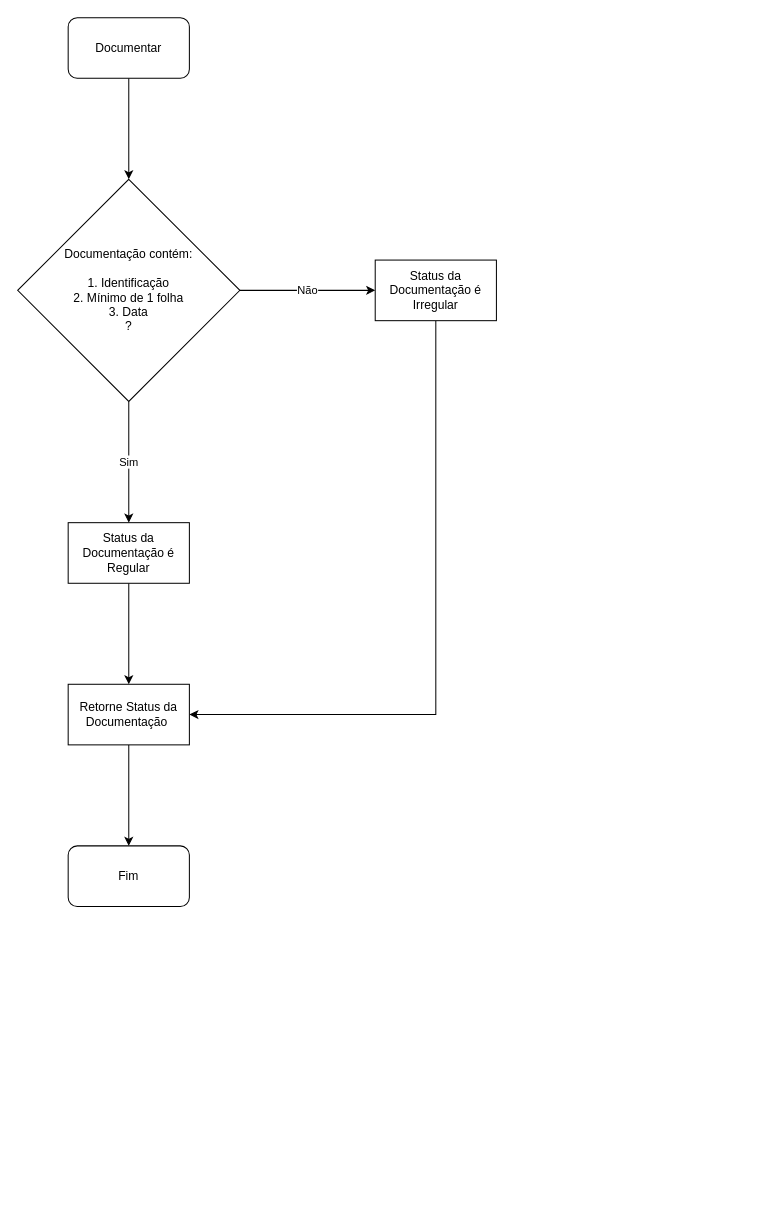
The draw.io diagram regras.de.negocio/Estagiario/EstagiarioDocumentar.drawio in andre-alck/erp, before the edit. Source tidied: cells renumbered, new cells numbered last; positions are measured from the earlier drawing's top-left corner, leaving out a move shared by most shapes. Both pictures are drawn from the tidied source at 101%, with x=0, y=0 at pixel (17, 17).
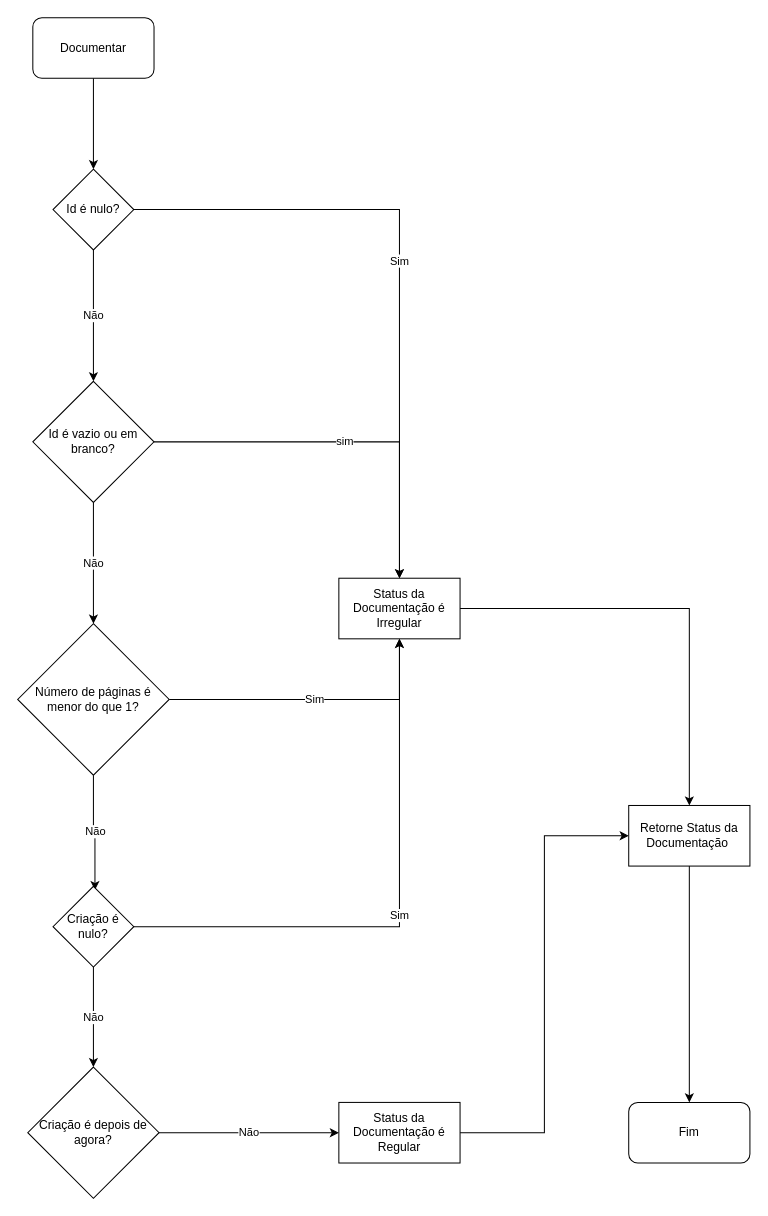
After the change.

What changed in the source:
```diff
@@
-    <mxCell id="2" style="edgeStyle=orthogonalEdgeStyle;rounded=0;jettySize=auto;html=1;" parent="1" edge="1" source="3" target="6">
-      <mxGeometry relative="1" as="geometry" />
-    </mxCell>
+    <mxCell id="14" style="edgeStyle=orthogonalEdgeStyle;rounded=0;jettySize=auto;html=1;" parent="1" edge="1" source="3" target="17">
+      <mxGeometry relative="1" as="geometry" />
+    </mxCell>
     <mxCell id="3" value="Documentar" style="rounded=1;whiteSpace=wrap;html=1;" parent="1" vertex="1">
-      <mxGeometry x="50" width="120" height="60" as="geometry" />
+      <mxGeometry x="15" width="120" height="60" as="geometry" />
     </mxCell>
-    <mxCell id="4" value="Sim" style="edgeStyle=orthogonalEdgeStyle;rounded=0;jettySize=auto;html=1;" parent="1" edge="1" source="6" target="10">
-      <mxGeometry relative="1" as="geometry" />
-    </mxCell>
-    <mxCell id="5" value="Não" style="edgeStyle=orthogonalEdgeStyle;rounded=0;jettySize=auto;html=1;" parent="1" edge="1" source="6" target="8">
-      <mxGeometry relative="1" as="geometry" />
-    </mxCell>
-    <mxCell id="6" value="Documentação contém:&lt;br&gt;&lt;br&gt;1. Identificação&lt;br&gt;2. Mínimo de 1 folha&lt;br&gt;3. Data&lt;br&gt;?" style="rhombus;whiteSpace=wrap;html=1;" parent="1" vertex="1">
-      <mxGeometry y="160" width="220" height="220" as="geometry" />
-    </mxCell>
-    <mxCell id="7" style="edgeStyle=orthogonalEdgeStyle;rounded=0;jettySize=auto;html=1;entryX=1;entryY=0.5;entryDx=0;entryDy=0;exitX=0.5;exitY=1;exitDx=0;exitDy=0;" parent="1" edge="1" source="8" target="12">
+    <mxCell id="7" style="edgeStyle=orthogonalEdgeStyle;rounded=0;jettySize=auto;html=1;entryX=0.5;entryY=0;entryDx=0;entryDy=0;" parent="1" edge="1" source="8" target="12">
       <mxGeometry relative="1" as="geometry" />
     </mxCell>
     <mxCell id="8" value="Status da Documentação é Irregular" style="rounded=0;whiteSpace=wrap;html=1;" parent="1" vertex="1">
-      <mxGeometry x="354" y="240" width="120" height="60" as="geometry" />
+      <mxGeometry x="318" y="555" width="120" height="60" as="geometry" />
     </mxCell>
-    <mxCell id="9" style="edgeStyle=orthogonalEdgeStyle;rounded=0;jettySize=auto;html=1;" parent="1" edge="1" source="10" target="12">
+    <mxCell id="9" style="edgeStyle=orthogonalEdgeStyle;rounded=0;jettySize=auto;html=1;entryX=0;entryY=0.5;entryDx=0;entryDy=0;" parent="1" edge="1" source="10" target="12">
       <mxGeometry relative="1" as="geometry" />
     </mxCell>
     <mxCell id="10" value="Status da Documentação&amp;nbsp;é Regular" style="rounded=0;whiteSpace=wrap;html=1;" parent="1" vertex="1">
-      <mxGeometry x="50" y="500" width="120" height="60" as="geometry" />
+      <mxGeometry x="318" y="1074" width="120" height="60" as="geometry" />
     </mxCell>
-    <mxCell id="11" style="edgeStyle=orthogonalEdgeStyle;rounded=0;jettySize=auto;html=1;" parent="1" edge="1" source="12" target="13">
+    <mxCell id="11" style="edgeStyle=orthogonalEdgeStyle;rounded=0;jettySize=auto;html=1;entryX=0.5;entryY=0;entryDx=0;entryDy=0;" parent="1" edge="1" source="12" target="13">
       <mxGeometry relative="1" as="geometry" />
     </mxCell>
     <mxCell id="12" value="Retorne Status da Documentação&amp;nbsp;" style="rounded=0;whiteSpace=wrap;html=1;" parent="1" vertex="1">
-      <mxGeometry x="50" y="660" width="120" height="60" as="geometry" />
+      <mxGeometry x="605" y="780" width="120" height="60" as="geometry" />
     </mxCell>
     <mxCell id="13" value="Fim" style="rounded=1;whiteSpace=wrap;html=1;" parent="1" vertex="1">
-      <mxGeometry x="50" y="820" width="120" height="60" as="geometry" />
+      <mxGeometry x="605" y="1074" width="120" height="60" as="geometry" />
     </mxCell>
+    <mxCell id="15" value="Não" style="edgeStyle=orthogonalEdgeStyle;rounded=0;jettySize=auto;html=1;entryX=0.5;entryY=0;entryDx=0;entryDy=0;" parent="1" edge="1" source="17" target="20">
+      <mxGeometry relative="1" as="geometry" />
+    </mxCell>
+    <mxCell id="16" value="Sim" style="edgeStyle=orthogonalEdgeStyle;rounded=0;jettySize=auto;html=1;entryX=0.5;entryY=0;entryDx=0;entryDy=0;" parent="1" edge="1" source="17" target="8">
+      <mxGeometry relative="1" as="geometry" />
+    </mxCell>
+    <mxCell id="17" value="Id é nulo?" style="rhombus;whiteSpace=wrap;html=1;" parent="1" vertex="1">
+      <mxGeometry x="35" y="150" width="80" height="80" as="geometry" />
+    </mxCell>
+    <mxCell id="18" value="Não" style="edgeStyle=orthogonalEdgeStyle;rounded=0;jettySize=auto;html=1;entryX=0.5;entryY=0;entryDx=0;entryDy=0;" parent="1" edge="1" source="20" target="23">
+      <mxGeometry relative="1" as="geometry" />
+    </mxCell>
+    <mxCell id="19" value="sim" style="edgeStyle=orthogonalEdgeStyle;rounded=0;jettySize=auto;html=1;entryX=0.5;entryY=0;entryDx=0;entryDy=0;" parent="1" edge="1" source="20" target="8">
+      <mxGeometry relative="1" as="geometry" />
+    </mxCell>
+    <mxCell id="20" value="Id é vazio ou em branco?" style="rhombus;whiteSpace=wrap;html=1;" parent="1" vertex="1">
+      <mxGeometry x="15" y="360" width="120" height="120" as="geometry" />
+    </mxCell>
+    <mxCell id="21" value="Não" style="edgeStyle=orthogonalEdgeStyle;rounded=0;jettySize=auto;html=1;entryX=0.519;entryY=0.047;entryDx=0;entryDy=0;entryPerimeter=0;" parent="1" edge="1" source="23" target="26">
+      <mxGeometry relative="1" as="geometry" />
+    </mxCell>
+    <mxCell id="22" value="Sim" style="edgeStyle=orthogonalEdgeStyle;rounded=0;jettySize=auto;html=1;entryX=0.5;entryY=1;entryDx=0;entryDy=0;" parent="1" edge="1" source="23" target="8">
+      <mxGeometry relative="1" as="geometry" />
+    </mxCell>
+    <mxCell id="23" value="Número de páginas é menor do que 1?" style="rhombus;whiteSpace=wrap;html=1;" parent="1" vertex="1">
+      <mxGeometry y="600" width="150" height="150" as="geometry" />
+    </mxCell>
+    <mxCell id="24" value="Não" style="edgeStyle=orthogonalEdgeStyle;rounded=0;jettySize=auto;html=1;entryX=0.5;entryY=0;entryDx=0;entryDy=0;" parent="1" edge="1" source="26" target="28">
+      <mxGeometry relative="1" as="geometry" />
+    </mxCell>
+    <mxCell id="25" value="Sim" style="edgeStyle=orthogonalEdgeStyle;rounded=0;jettySize=auto;html=1;entryX=0.5;entryY=1;entryDx=0;entryDy=0;" parent="1" edge="1" source="26" target="8">
+      <mxGeometry relative="1" as="geometry" />
+    </mxCell>
+    <mxCell id="26" value="Criação é nulo?" style="rhombus;whiteSpace=wrap;html=1;" parent="1" vertex="1">
+      <mxGeometry x="35" y="860" width="80" height="80" as="geometry" />
+    </mxCell>
+    <mxCell id="27" value="Não" style="edgeStyle=orthogonalEdgeStyle;rounded=0;jettySize=auto;html=1;entryX=0;entryY=0.5;entryDx=0;entryDy=0;" parent="1" edge="1" source="28" target="10">
+      <mxGeometry relative="1" as="geometry" />
+    </mxCell>
+    <mxCell id="28" value="Criação é depois de agora?" style="rhombus;whiteSpace=wrap;html=1;" parent="1" vertex="1">
+      <mxGeometry x="10" y="1039" width="130" height="130" as="geometry" />
+    </mxCell>
```
